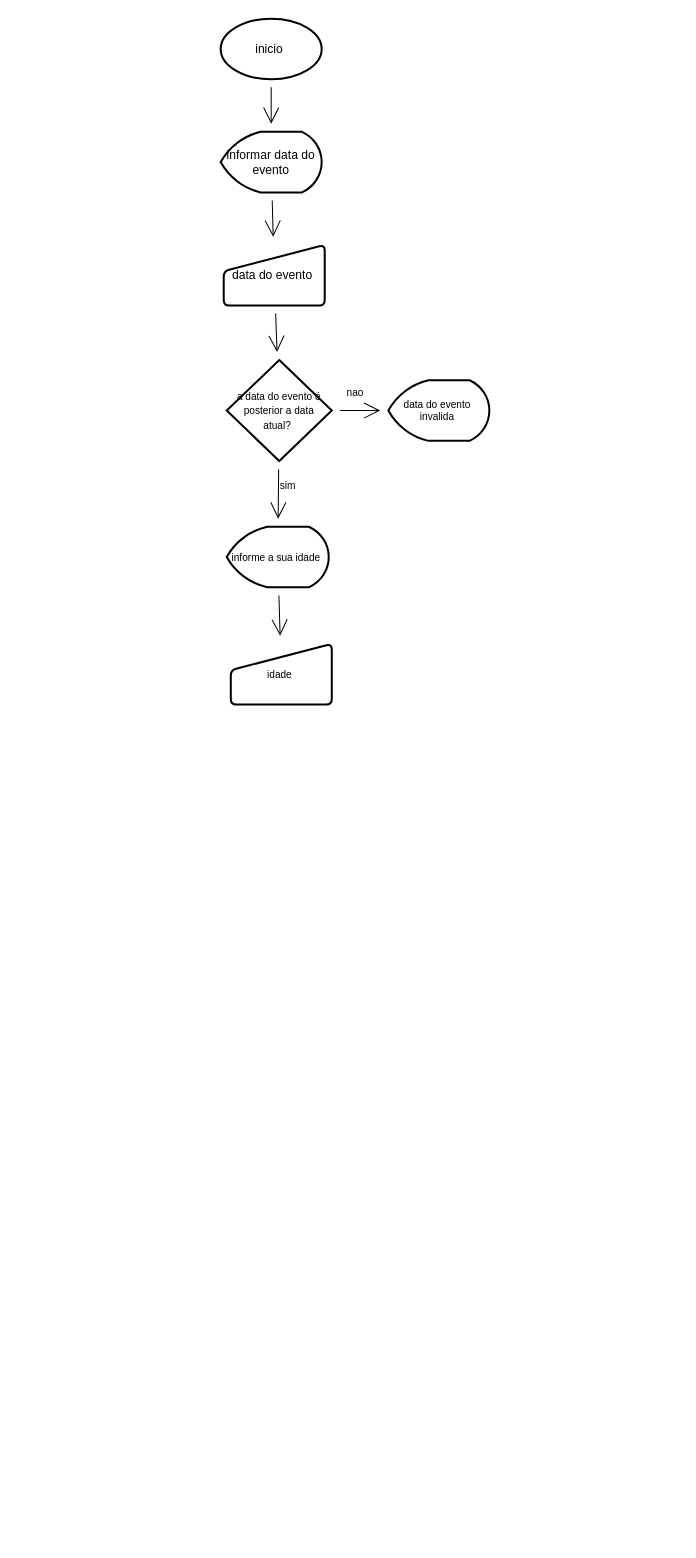
Above: AtividadeFluxograma.drawio in heloisanascimento/versionamento (draw.io), before the change. Source tidied: cells renumbered, new cells numbered last; positions are measured from the earlier drawing's top-left corner, leaving out a move shared by most shapes. Both pictures are drawn from the tidied source at 101%, with x=0, y=0 at pixel (220, 18).
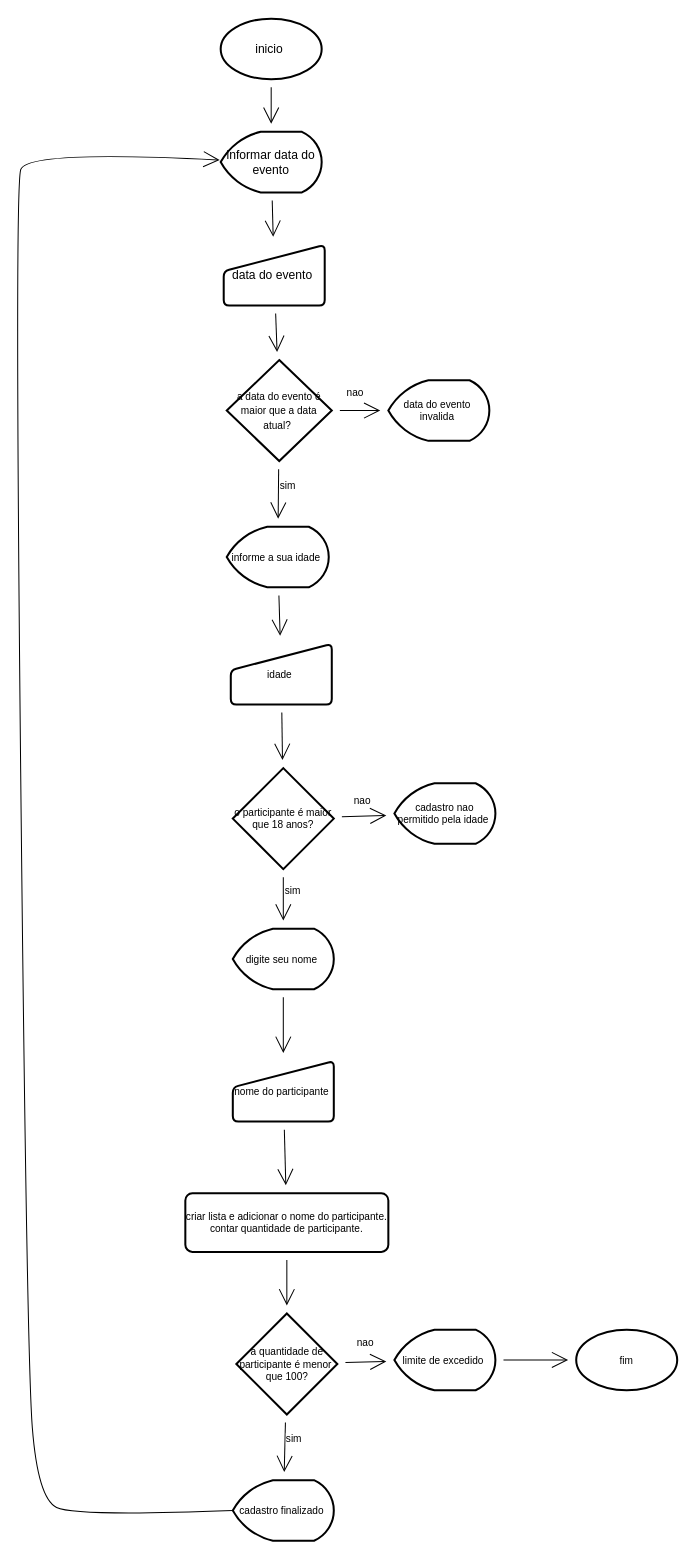
After the change.

The change refers to these unchanged cells:
```xml
<mxCell id="14" value="idade&amp;nbsp;" style="html=1;strokeWidth=2;shape=manualInput;whiteSpace=wrap;rounded=1;size=26;arcSize=11;hachureGap=4;fontSize=10;" parent="1" vertex="1">
  <mxGeometry x="10" y="619" width="100" height="60" as="geometry" />
</mxCell>
```

Diff of the diagram source:
```diff
@@
-    <mxCell id="10" value="&lt;font style=&quot;font-size: 10px&quot;&gt;a data do evento é posterior a data atual?&lt;/font&gt;&amp;nbsp;" style="strokeWidth=2;html=1;shape=mxgraph.flowchart.decision;whiteSpace=wrap;hachureGap=4;" parent="1" vertex="1">
+    <mxCell id="10" value="&lt;font style=&quot;font-size: 10px&quot;&gt;a data do evento é maior que a data atual?&lt;/font&gt;&amp;nbsp;" style="strokeWidth=2;html=1;shape=mxgraph.flowchart.decision;whiteSpace=wrap;hachureGap=4;" parent="1" vertex="1">
       <mxGeometry x="6" y="338" width="104" height="100" as="geometry" />
     </mxCell>
@@
+    <mxCell id="15" style="edgeStyle=none;curved=1;rounded=0;jettySize=auto;html=1;fontSize=10;endArrow=open;startSize=14;endSize=14;sourcePerimeterSpacing=8;targetPerimeterSpacing=8;" parent="1" edge="1" source="14" target="18">
+      <mxGeometry relative="1" as="geometry" />
+    </mxCell>
@@
+    <mxCell id="16" value="nao" style="edgeStyle=none;curved=1;rounded=0;jettySize=auto;html=1;fontSize=10;endArrow=open;startSize=14;endSize=14;sourcePerimeterSpacing=8;targetPerimeterSpacing=8;verticalAlign=bottom;" parent="1" edge="1" source="18" target="19">
+      <mxGeometry x="-0.07" y="7" relative="1" as="geometry" />
+    </mxCell>
+    <mxCell id="17" value="sim" style="edgeStyle=none;curved=1;rounded=0;jettySize=auto;html=1;fontSize=10;endArrow=open;startSize=14;endSize=14;sourcePerimeterSpacing=8;targetPerimeterSpacing=8;labelPosition=right;verticalLabelPosition=top;align=left;verticalAlign=bottom;" parent="1" edge="1" source="18" target="21">
+      <mxGeometry relative="1" as="geometry" />
+    </mxCell>
+    <mxCell id="18" value="o participante é maior que 18 anos?" style="strokeWidth=2;html=1;shape=mxgraph.flowchart.decision;whiteSpace=wrap;hachureGap=4;fontSize=10;" parent="1" vertex="1">
+      <mxGeometry x="12" y="742" width="100" height="100" as="geometry" />
+    </mxCell>
+    <mxCell id="19" value="cadastro nao permitido pela idade&amp;nbsp;" style="strokeWidth=2;html=1;shape=mxgraph.flowchart.display;whiteSpace=wrap;hachureGap=4;fontSize=10;" parent="1" vertex="1">
+      <mxGeometry x="172" y="757" width="100" height="60" as="geometry" />
+    </mxCell>
+    <mxCell id="20" style="edgeStyle=none;curved=1;rounded=0;jettySize=auto;html=1;fontSize=10;endArrow=open;startSize=14;endSize=14;sourcePerimeterSpacing=8;targetPerimeterSpacing=8;" parent="1" edge="1" source="21" target="23">
+      <mxGeometry relative="1" as="geometry" />
+    </mxCell>
+    <mxCell id="21" value="digite seu nome&amp;nbsp;" style="strokeWidth=2;html=1;shape=mxgraph.flowchart.display;whiteSpace=wrap;hachureGap=4;fontSize=10;" parent="1" vertex="1">
+      <mxGeometry x="12" y="901" width="100" height="60" as="geometry" />
+    </mxCell>
+    <mxCell id="22" style="edgeStyle=none;curved=1;rounded=0;jettySize=auto;html=1;fontSize=10;endArrow=open;startSize=14;endSize=14;sourcePerimeterSpacing=8;targetPerimeterSpacing=8;" parent="1" edge="1" source="23" target="25">
+      <mxGeometry relative="1" as="geometry" />
+    </mxCell>
+    <mxCell id="23" value="nome do participante&amp;nbsp;" style="html=1;strokeWidth=2;shape=manualInput;whiteSpace=wrap;rounded=1;size=26;arcSize=11;hachureGap=4;fontSize=10;" parent="1" vertex="1">
+      <mxGeometry x="12" y="1032" width="100" height="60" as="geometry" />
+    </mxCell>
+    <mxCell id="24" style="edgeStyle=none;curved=1;rounded=0;jettySize=auto;html=1;fontSize=10;endArrow=open;startSize=14;endSize=14;sourcePerimeterSpacing=8;targetPerimeterSpacing=8;" parent="1" edge="1" source="25" target="28">
+      <mxGeometry relative="1" as="geometry" />
+    </mxCell>
+    <mxCell id="25" value="criar lista e adicionar o nome do participante.&lt;br&gt;contar quantidade de participante." style="rounded=1;whiteSpace=wrap;html=1;absoluteArcSize=1;arcSize=14;strokeWidth=2;hachureGap=4;fontSize=10;" parent="1" vertex="1">
+      <mxGeometry x="-35" y="1163" width="201" height="58" as="geometry" />
+    </mxCell>
+    <mxCell id="26" value="nao" style="edgeStyle=none;curved=1;rounded=0;jettySize=auto;html=1;fontSize=10;endArrow=open;startSize=14;endSize=14;sourcePerimeterSpacing=8;targetPerimeterSpacing=8;verticalAlign=bottom;" parent="1" edge="1" source="28" target="30">
+      <mxGeometry x="-0.02" y="10" relative="1" as="geometry" />
+    </mxCell>
+    <mxCell id="27" value="sim" style="edgeStyle=none;curved=1;rounded=0;jettySize=auto;html=1;fontSize=10;endArrow=open;startSize=14;endSize=14;sourcePerimeterSpacing=8;targetPerimeterSpacing=8;labelPosition=right;verticalLabelPosition=top;align=left;verticalAlign=bottom;" parent="1" edge="1" source="28" target="32">
+      <mxGeometry relative="1" as="geometry" />
+    </mxCell>
+    <mxCell id="28" value="a quantidade de participante é menor&amp;nbsp; que 100?" style="strokeWidth=2;html=1;shape=mxgraph.flowchart.decision;whiteSpace=wrap;hachureGap=4;fontSize=10;" parent="1" vertex="1">
+      <mxGeometry x="15.5" y="1282" width="100" height="100" as="geometry" />
+    </mxCell>
+    <mxCell id="29" style="edgeStyle=none;curved=1;rounded=0;jettySize=auto;html=1;fontSize=10;endArrow=open;startSize=14;endSize=14;sourcePerimeterSpacing=8;targetPerimeterSpacing=8;" parent="1" edge="1" source="30" target="33">
+      <mxGeometry relative="1" as="geometry" />
+    </mxCell>
+    <mxCell id="30" value="limite de excedido&amp;nbsp;" style="strokeWidth=2;html=1;shape=mxgraph.flowchart.display;whiteSpace=wrap;hachureGap=4;fontSize=10;" parent="1" vertex="1">
+      <mxGeometry x="172" y="1298" width="100" height="60" as="geometry" />
+    </mxCell>
+    <mxCell id="31" style="edgeStyle=none;curved=1;rounded=0;jettySize=auto;html=1;fontSize=10;endArrow=open;startSize=14;endSize=14;sourcePerimeterSpacing=8;targetPerimeterSpacing=8;exitX=0;exitY=0.5;exitDx=0;exitDy=0;exitPerimeter=0;" parent="1" edge="1" source="32">
+      <mxGeometry relative="1" as="geometry">
+        <mxPoint x="-1" y="140" as="targetPoint" />
+        <Array as="points">
+          <mxPoint x="-144" y="1483" />
+          <mxPoint x="-181" y="1465" />
+          <mxPoint x="-192" y="1325" />
+          <mxPoint x="-204" y="169" />
+          <mxPoint x="-192" y="130" />
+        </Array>
+      </mxGeometry>
+    </mxCell>
+    <mxCell id="32" value="cadastro finalizado&amp;nbsp;" style="strokeWidth=2;html=1;shape=mxgraph.flowchart.display;whiteSpace=wrap;hachureGap=4;fontSize=10;" parent="1" vertex="1">
+      <mxGeometry x="12" y="1447" width="100" height="60" as="geometry" />
+    </mxCell>
+    <mxCell id="33" value="fim" style="strokeWidth=2;html=1;shape=mxgraph.flowchart.start_1;whiteSpace=wrap;hachureGap=4;fontSize=10;" parent="1" vertex="1">
+      <mxGeometry x="352" y="1298" width="100" height="60" as="geometry" />
+    </mxCell>
```
